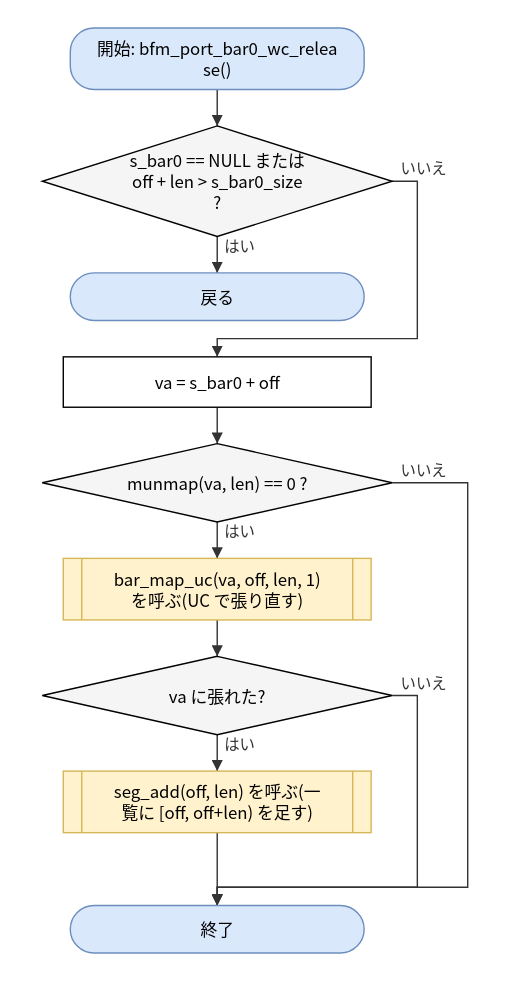
hf355051012-ai/bfmem keeps this draw.io diagram as doc/spec/images/flow_port_linux_vfio_port_linux-bfm_port_bar0_wc_release.drawio.svg. Above is the earlier version. Source tidied: cells renumbered, new cells last; positions are measured from the earlier drawing's top-left corner, leaving out a move shared by most shapes.
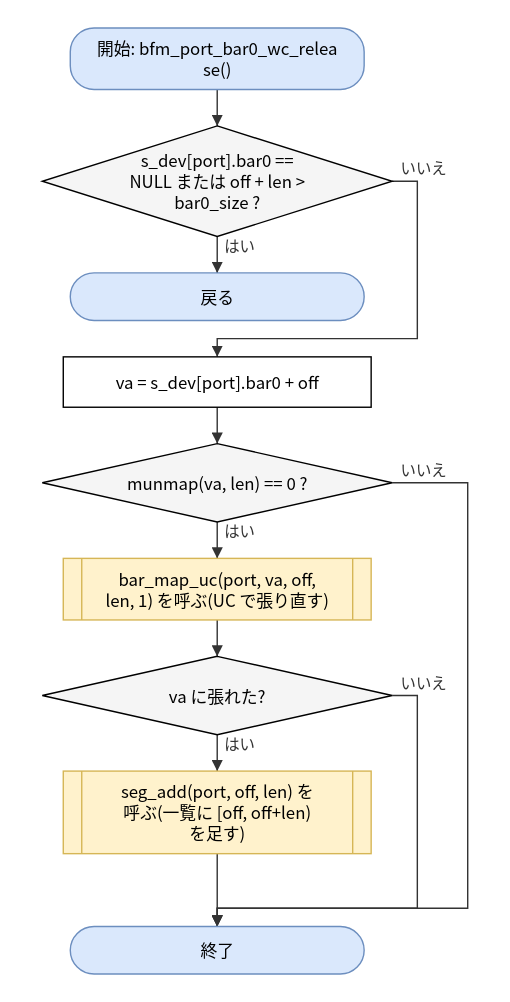
Later version of the same file.

The edit, as a diff of the source:
```diff
@@ -5,29 +5,29 @@
     <mxCell id="2" value="開始: bfm_port_bar0_wc_relea&lt;br&gt;se()" style="rounded=1;arcSize=50;whiteSpace=wrap;html=1;fillColor=#dae8fc;strokeColor=#6c8ebf;" parent="1" vertex="1">
       <mxGeometry x="20" width="210" height="44" as="geometry" />
     </mxCell>
-    <mxCell id="3" value="s_bar0 == NULL または&lt;br&gt;off + len &amp;gt; s_bar0_size&lt;br&gt;?" style="rhombus;whiteSpace=wrap;html=1;fillColor=#f5f5f5;" parent="1" vertex="1">
+    <mxCell id="3" value="s_dev[port].bar0 ==&lt;br&gt;NULL または off + len &amp;gt;&lt;br&gt;bar0_size ?" style="rhombus;whiteSpace=wrap;html=1;fillColor=#f5f5f5;" parent="1" vertex="1">
       <mxGeometry y="70" width="250" height="79" as="geometry" />
     </mxCell>
     <mxCell id="4" value="戻る" style="rounded=1;arcSize=50;whiteSpace=wrap;html=1;fillColor=#dae8fc;strokeColor=#6c8ebf;" parent="1" vertex="1">
       <mxGeometry x="20" y="175" width="210" height="34" as="geometry" />
     </mxCell>
-    <mxCell id="5" value="va = s_bar0 + off" style="rounded=0;whiteSpace=wrap;html=1;" parent="1" vertex="1">
+    <mxCell id="5" value="va = s_dev[port].bar0 + off" style="rounded=0;whiteSpace=wrap;html=1;" parent="1" vertex="1">
       <mxGeometry x="15" y="235" width="220" height="36" as="geometry" />
     </mxCell>
     <mxCell id="6" value="munmap(va, len) == 0 ?" style="rhombus;whiteSpace=wrap;html=1;fillColor=#f5f5f5;" parent="1" vertex="1">
       <mxGeometry y="297" width="250" height="56" as="geometry" />
     </mxCell>
-    <mxCell id="7" value="bar_map_uc(va, off, len, 1)&lt;br&gt;を呼ぶ(UC で張り直す)" style="shape=process;whiteSpace=wrap;html=1;backgroundOutline=1;size=0.06;fillColor=#fff2cc;strokeColor=#d6b656;" parent="1" vertex="1">
+    <mxCell id="7" value="bar_map_uc(port, va, off,&lt;br&gt;len, 1) を呼ぶ(UC で張り直す)" style="shape=process;whiteSpace=wrap;html=1;backgroundOutline=1;size=0.06;fillColor=#fff2cc;strokeColor=#d6b656;" parent="1" vertex="1">
       <mxGeometry x="15" y="379" width="220" height="44" as="geometry" />
     </mxCell>
     <mxCell id="8" value="va に張れた?" style="rhombus;whiteSpace=wrap;html=1;fillColor=#f5f5f5;" parent="1" vertex="1">
       <mxGeometry y="449" width="250" height="56" as="geometry" />
     </mxCell>
-    <mxCell id="9" value="seg_add(off, len) を呼ぶ(一&lt;br&gt;覧に [off, off+len) を足す)" style="shape=process;whiteSpace=wrap;html=1;backgroundOutline=1;size=0.06;fillColor=#fff2cc;strokeColor=#d6b656;" parent="1" vertex="1">
-      <mxGeometry x="15" y="531" width="220" height="44" as="geometry" />
+    <mxCell id="9" value="seg_add(port, off, len) を&lt;br&gt;呼ぶ(一覧に [off, off+len)&lt;br&gt;を足す)" style="shape=process;whiteSpace=wrap;html=1;backgroundOutline=1;size=0.06;fillColor=#fff2cc;strokeColor=#d6b656;" parent="1" vertex="1">
+      <mxGeometry x="15" y="531" width="220" height="59" as="geometry" />
     </mxCell>
     <mxCell id="10" value="終了" style="rounded=1;arcSize=50;whiteSpace=wrap;html=1;fillColor=#dae8fc;strokeColor=#6c8ebf;" parent="1" vertex="1">
-      <mxGeometry x="20" y="627" width="210" height="34" as="geometry" />
+      <mxGeometry x="20" y="642" width="210" height="34" as="geometry" />
     </mxCell>
     <mxCell id="11" style="edgeStyle=none;html=1;rounded=0;endArrow=block;endFill=1;exitX=0.5000;exitY=1.0000;exitDx=0;exitDy=0;exitPerimeter=0;entryX=0.5000;entryY=0.0000;entryDx=0;entryDy=0;entryPerimeter=0;" parent="1" edge="1" source="2" target="3">
       <mxGeometry relative="1" as="geometry" />
@@ -63,8 +63,8 @@
       <mxGeometry relative="1" as="geometry">
         <Array as="points">
           <mxPoint x="268" y="477" />
-          <mxPoint x="268" y="614" />
-          <mxPoint x="125" y="614" />
+          <mxPoint x="268" y="629" />
+          <mxPoint x="125" y="629" />
         </Array>
       </mxGeometry>
     </mxCell>
@@ -72,8 +72,8 @@
       <mxGeometry relative="1" as="geometry">
         <Array as="points">
           <mxPoint x="304" y="325" />
-          <mxPoint x="304" y="614" />
-          <mxPoint x="125" y="614" />
+          <mxPoint x="304" y="629" />
+          <mxPoint x="125" y="629" />
         </Array>
       </mxGeometry>
     </mxCell>
```
